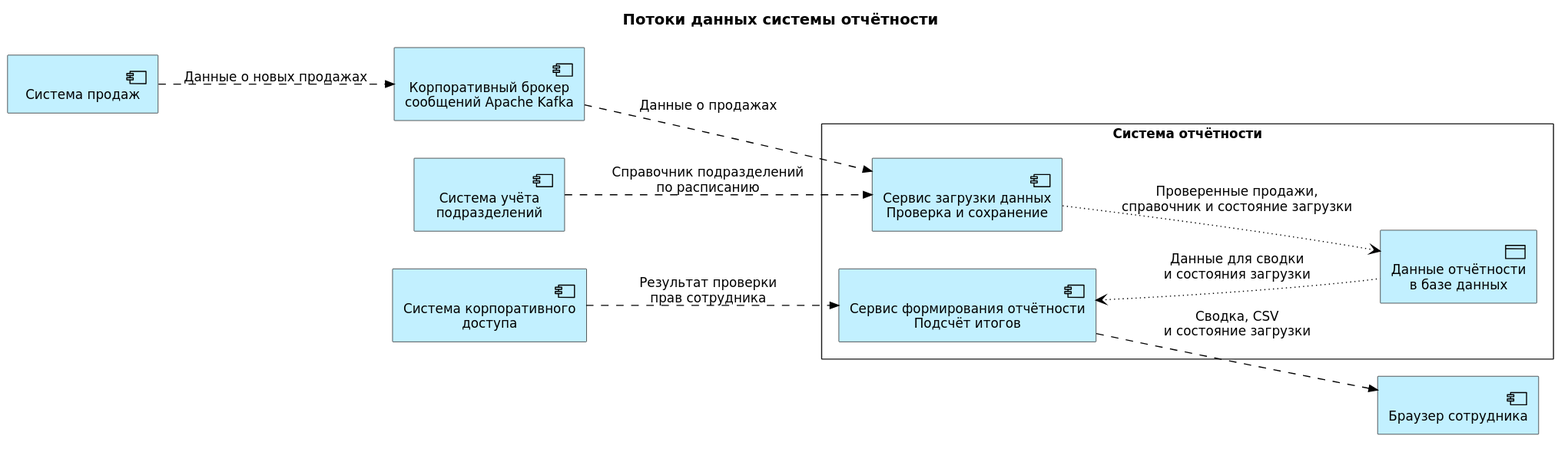
Above: docs/examples/reporting-system/data-flow.svg in Volodya1000/SolutionArchitectAI (PlantUML), before the change.
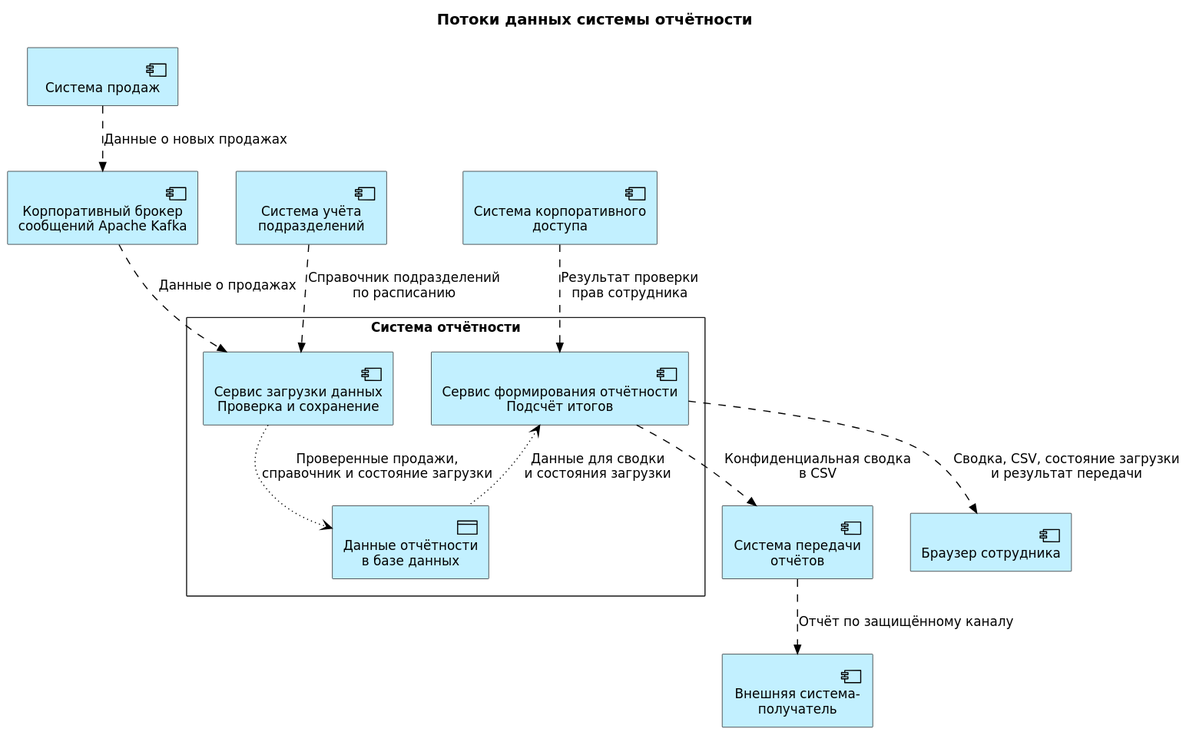
The same diagram one commit later.

Diff of the diagram source:
```diff
@@ -1,6 +1,6 @@
 @startuml
 !include <archimate/Archimate>
-left to right direction
+top to bottom direction
 skinparam defaultFontName DejaVu Sans
 skinparam shadowing false
 skinparam nodesep 35
@@ -11,6 +11,8 @@
 Application_Component(units, "Система учёта\nподразделений")
 Application_Component(access, "Система корпоративного\nдоступа")
 Application_Component(broker, "Корпоративный брокер\nсообщений Apache Kafka")
+Application_Component(delivery, "Система передачи\nотчётов")
+Application_Component(recipient, "Внешняя система-\nполучатель")
 Application_Component(browser, "Браузер сотрудника")
 
 rectangle "Система отчётности" {
@@ -25,5 +27,7 @@
 Rel_Access_w(loader, report_data, "Проверенные продажи,\nсправочник и состояние загрузки")
 Rel_Access_r(reporting, report_data, "Данные для сводки\nи состояния загрузки")
 Rel_Flow(access, reporting, "Результат проверки\nправ сотрудника")
-Rel_Flow(reporting, browser, "Сводка, CSV\nи состояние загрузки")
+Rel_Flow(reporting, browser, "Сводка, CSV, состояние загрузки\nи результат передачи")
+Rel_Flow(reporting, delivery, "Конфиденциальная сводка\nв CSV")
+Rel_Flow(delivery, recipient, "Отчёт по защищённому каналу")
 @enduml
```
